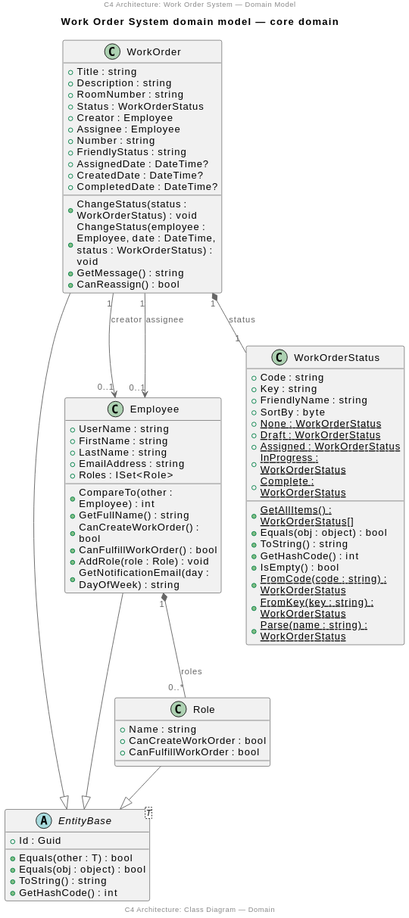
This is arch/arch-class-domain-model-domain.svg from ClearMeasureLabs/bootcamp-palermo-workorders, a PlantUML export, as it was before one commit. Its diagram source:
```plantuml
@startuml
scale 2/3
center header
    C4 Architecture: Work Order System — Domain Model
endheader

!includeurl https://raw.githubusercontent.com/RicardoNiepel/C4-PlantUML/release/1-0/C4_Component.puml

title Work Order System domain model — core domain

abstract class EntityBase<T> {
  +Id : Guid
  +Equals(other : T) : bool
  +Equals(obj : object) : bool
  +ToString() : string
  +GetHashCode() : int
}

class WorkOrder {
  +Title : string
  +Description : string
  +RoomNumber : string
  +Status : WorkOrderStatus
  +Creator : Employee
  +Assignee : Employee
  +Number : string
  +FriendlyStatus : string
  +AssignedDate : DateTime?
  +CreatedDate : DateTime?
  +CompletedDate : DateTime?
  +ChangeStatus(status : WorkOrderStatus) : void
  +ChangeStatus(employee : Employee, date : DateTime, status : WorkOrderStatus) : void
  +GetMessage() : string
  +CanReassign() : bool
}

class Employee {
  +UserName : string
  +FirstName : string
  +LastName : string
  +EmailAddress : string
  +Roles : ISet<Role>
  +CompareTo(other : Employee) : int
  +GetFullName() : string
  +CanCreateWorkOrder() : bool
  +CanFulfillWorkOrder() : bool
  +AddRole(role : Role) : void
  +GetNotificationEmail(day : DayOfWeek) : string
}

class WorkOrderStatus {
  +Code : string
  +Key : string
  +FriendlyName : string
  +SortBy : byte
  {static} +None : WorkOrderStatus
  {static} +Draft : WorkOrderStatus
  {static} +Assigned : WorkOrderStatus
  {static} +InProgress : WorkOrderStatus
  {static} +Complete : WorkOrderStatus
  {static} +GetAllItems() : WorkOrderStatus[]
  +Equals(obj : object) : bool
  +ToString() : string
  +GetHashCode() : int
  +IsEmpty() : bool
  {static} +FromCode(code : string) : WorkOrderStatus
  {static} +FromKey(key : string) : WorkOrderStatus
  {static} +Parse(name : string) : WorkOrderStatus
}

class Role {
  +Name : string
  +CanCreateWorkOrder : bool
  +CanFulfillWorkOrder : bool
}

WorkOrder --|> EntityBase
Employee --|> EntityBase
Role --|> EntityBase

WorkOrder "1" *-- "1" WorkOrderStatus : status
WorkOrder "1" --> "0..1" Employee : creator
WorkOrder "1" --> "0..1" Employee : assignee
Employee "1" *-- "0..*" Role : roles

center footer
    C4 Architecture: Class Diagram — Domain
endfooter
@enduml
```
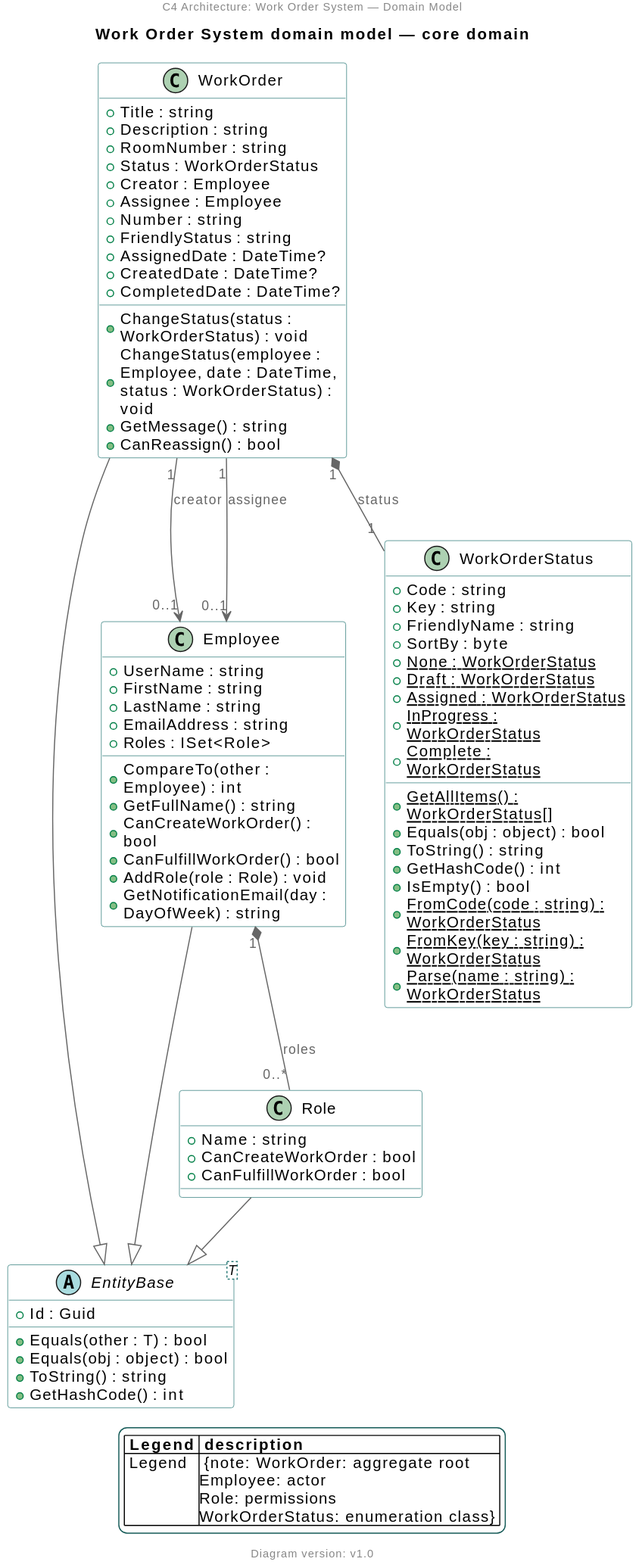
The same file after the commit.

The edit, as a diff of the source:
```diff
@@ -1,4 +1,6 @@
 @startuml
+!includeurl https://raw.githubusercontent.com/ClearMeasureLabs/bootcamp-palermo-workorders/docs/architecture-enhancements/arch/templates/plantuml-theme.puml
+
 scale 2/3
 center header
     C4 Architecture: Work Order System — Domain Model
@@ -83,7 +85,6 @@
 WorkOrder "1" --> "0..1" Employee : assignee
 Employee "1" *-- "0..*" Role : roles
 
-center footer
-    C4 Architecture: Class Diagram — Domain
-endfooter
+LEGEND("Legend","WorkOrder: aggregate root\nEmployee: actor\nRole: permissions\nWorkOrderStatus: enumeration class")
+FOOTER()
 @enduml
```
